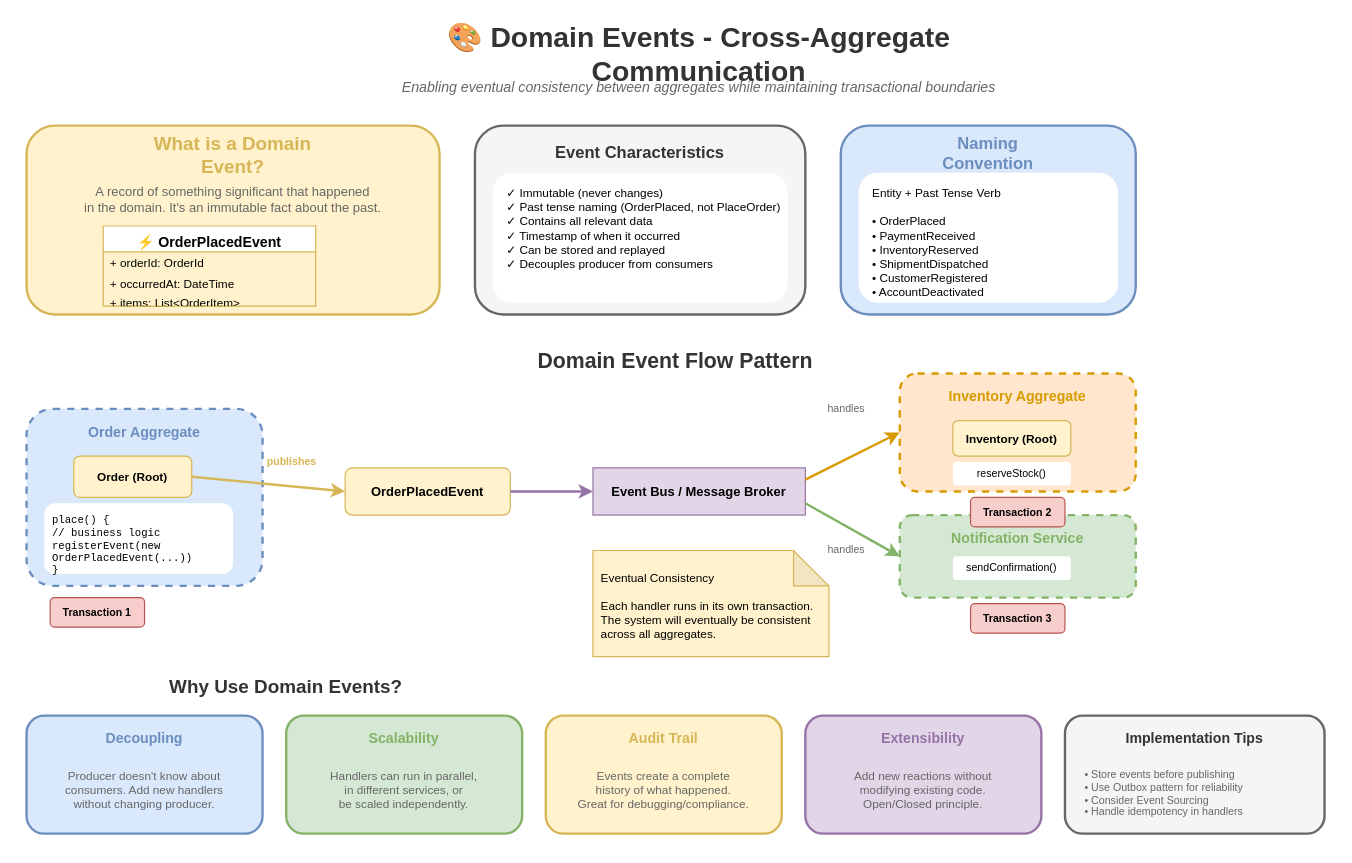
MrParkerZ7/document-lesson-software-architect-x-claude keeps this draw.io diagram as lesson-01-software-design-architecture/01-design-patterns/1.5.4-ddd-domain-events.drawio. Above is the earlier version. Source tidied: cells renumbered, new cells numbered last; positions are measured from the earlier drawing's top-left corner, leaving out a move shared by most shapes. Both pictures are drawn from the tidied source at 118%, with x=0, y=0 at pixel (26, 31).
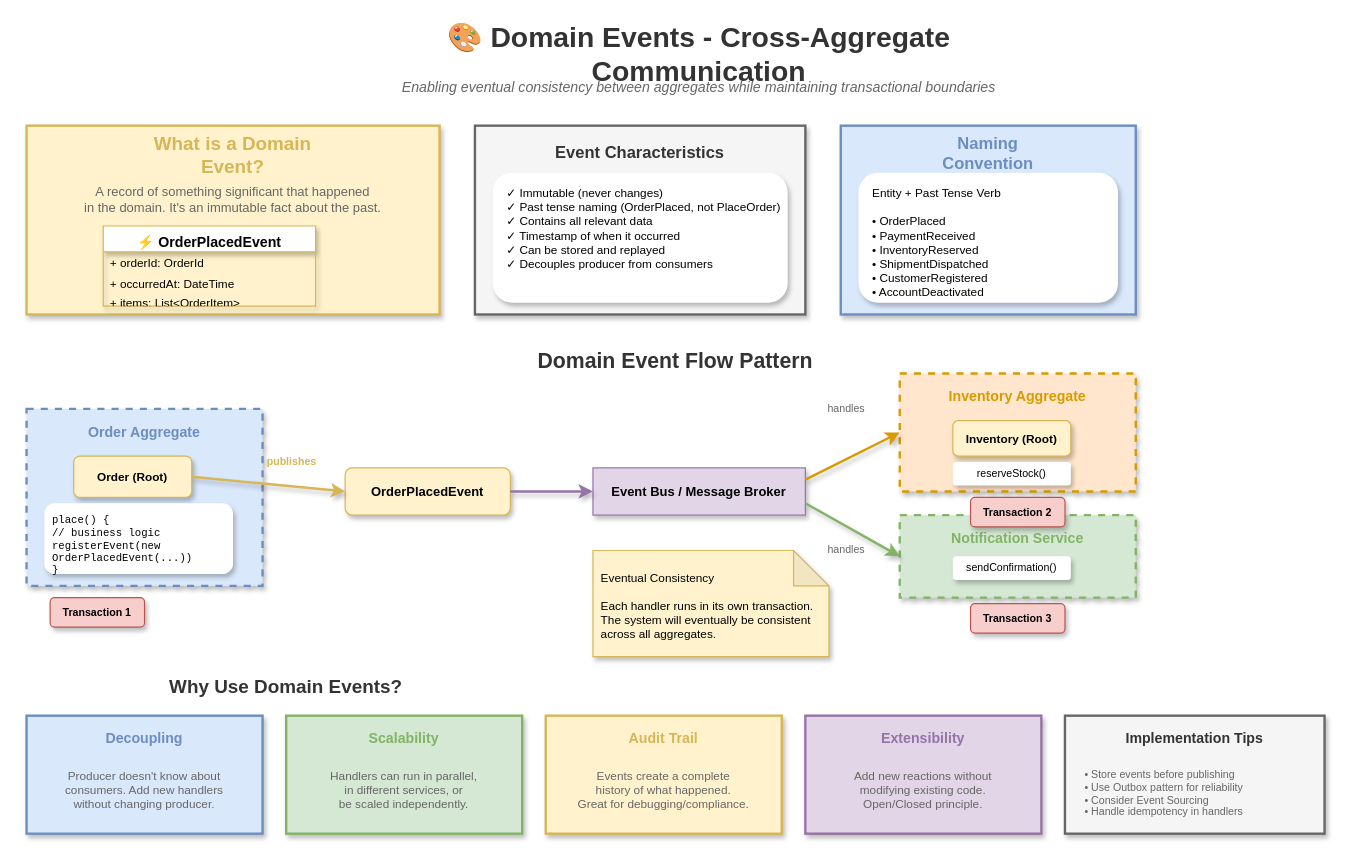
After the change.

The edit, as a diff of the source:
```diff
@@
-    <mxCell id="4" style="rounded=1;whiteSpace=wrap;html=1;fillColor=#fff2cc;strokeColor=#d6b656;strokeWidth=2;" parent="1" vertex="1">
+    <mxCell id="4" style="rounded=0;whiteSpace=wrap;html=1;fillColor=#fff2cc;strokeColor=#d6b656;strokeWidth=2;shadow=1;" parent="1" vertex="1">
       <mxGeometry y="80" width="350" height="160" as="geometry" />
     </mxCell>
@@
-    <mxCell id="7" value="⚡ OrderPlacedEvent" style="swimlane;fontStyle=1;align=center;verticalAlign=top;horizontal=1;startSize=22;fillColor=#ffffff;strokeColor=#d6b656;" parent="1" vertex="1">
+    <mxCell id="7" value="⚡ OrderPlacedEvent" style="swimlane;fontStyle=1;align=center;verticalAlign=top;horizontal=1;startSize=22;fillColor=#ffffff;strokeColor=#d6b656;shadow=1;rounded=0;" parent="1" vertex="1">
       <mxGeometry x="65" y="165" width="180" height="68" as="geometry" />
     </mxCell>
@@
-    <mxCell id="11" style="rounded=1;whiteSpace=wrap;html=1;fillColor=#f5f5f5;strokeColor=#666666;strokeWidth=2;" parent="1" vertex="1">
+    <mxCell id="11" style="rounded=0;whiteSpace=wrap;html=1;fillColor=#f5f5f5;strokeColor=#666666;strokeWidth=2;shadow=1;" parent="1" vertex="1">
       <mxGeometry x="380" y="80" width="280" height="160" as="geometry" />
     </mxCell>
@@
-    <mxCell id="13" value="✓ Immutable (never changes)&#10;✓ Past tense naming (OrderPlaced, not PlaceOrder)&#10;✓ Contains all relevant data&#10;✓ Timestamp of when it occurred&#10;✓ Can be stored and replayed&#10;✓ Decouples producer from consumers" style="text;html=1;strokeColor=none;fillColor=#ffffff;align=left;verticalAlign=top;whiteSpace=wrap;rounded=1;fontSize=10;spacingLeft=10;spacingTop=5;" parent="1" vertex="1">
+    <mxCell id="13" value="✓ Immutable (never changes)&#10;✓ Past tense naming (OrderPlaced, not PlaceOrder)&#10;✓ Contains all relevant data&#10;✓ Timestamp of when it occurred&#10;✓ Can be stored and replayed&#10;✓ Decouples producer from consumers" style="text;html=1;strokeColor=none;fillColor=#ffffff;align=left;verticalAlign=top;whiteSpace=wrap;rounded=1;fontSize=10;spacingLeft=10;spacingTop=5;shadow=1;" parent="1" vertex="1">
       <mxGeometry x="395" y="120" width="250" height="110" as="geometry" />
     </mxCell>
-    <mxCell id="14" style="rounded=1;whiteSpace=wrap;html=1;fillColor=#dae8fc;strokeColor=#6c8ebf;strokeWidth=2;" parent="1" vertex="1">
+    <mxCell id="14" style="rounded=0;whiteSpace=wrap;html=1;fillColor=#dae8fc;strokeColor=#6c8ebf;strokeWidth=2;shadow=1;" parent="1" vertex="1">
       <mxGeometry x="690" y="80" width="250" height="160" as="geometry" />
     </mxCell>
@@
-    <mxCell id="16" value="Entity + Past Tense Verb&#10;&#10;• OrderPlaced&#10;• PaymentReceived&#10;• InventoryReserved&#10;• ShipmentDispatched&#10;• CustomerRegistered&#10;• AccountDeactivated" style="text;html=1;strokeColor=none;fillColor=#ffffff;align=left;verticalAlign=top;whiteSpace=wrap;rounded=1;fontSize=10;spacingLeft=10;spacingTop=5;" parent="1" vertex="1">
+    <mxCell id="16" value="Entity + Past Tense Verb&#10;&#10;• OrderPlaced&#10;• PaymentReceived&#10;• InventoryReserved&#10;• ShipmentDispatched&#10;• CustomerRegistered&#10;• AccountDeactivated" style="text;html=1;strokeColor=none;fillColor=#ffffff;align=left;verticalAlign=top;whiteSpace=wrap;rounded=1;fontSize=10;spacingLeft=10;spacingTop=5;shadow=1;" parent="1" vertex="1">
       <mxGeometry x="705" y="120" width="220" height="110" as="geometry" />
     </mxCell>
@@
-    <mxCell id="18" style="rounded=1;whiteSpace=wrap;html=1;fillColor=#dae8fc;strokeColor=#6c8ebf;strokeWidth=2;dashed=1;" parent="1" vertex="1">
+    <mxCell id="18" style="rounded=0;whiteSpace=wrap;html=1;fillColor=#dae8fc;strokeColor=#6c8ebf;strokeWidth=2;dashed=1;shadow=1;" parent="1" vertex="1">
       <mxGeometry y="320" width="200" height="150" as="geometry" />
     </mxCell>
@@
-    <mxCell id="20" value="Order (Root)" style="rounded=1;whiteSpace=wrap;html=1;fillColor=#fff2cc;strokeColor=#d6b656;fontSize=10;fontStyle=1;" parent="1" vertex="1">
+    <mxCell id="20" value="Order (Root)" style="rounded=1;whiteSpace=wrap;html=1;fillColor=#fff2cc;strokeColor=#d6b656;fontSize=10;fontStyle=1;shadow=1;" parent="1" vertex="1">
       <mxGeometry x="40" y="360" width="100" height="35" as="geometry" />
     </mxCell>
-    <mxCell id="21" value="place() {&#10;  // business logic&#10;  registerEvent(new&#10;    OrderPlacedEvent(...))&#10;}" style="text;html=1;strokeColor=none;fillColor=#ffffff;align=left;verticalAlign=top;whiteSpace=wrap;rounded=1;fontSize=9;fontFamily=Courier New;spacingLeft=5;spacingTop=3;" parent="1" vertex="1">
+    <mxCell id="21" value="place() {&#10;  // business logic&#10;  registerEvent(new&#10;    OrderPlacedEvent(...))&#10;}" style="text;html=1;strokeColor=none;fillColor=#ffffff;align=left;verticalAlign=top;whiteSpace=wrap;rounded=1;fontSize=9;fontFamily=Courier New;spacingLeft=5;spacingTop=3;shadow=1;" parent="1" vertex="1">
       <mxGeometry x="15" y="400" width="160" height="60" as="geometry" />
     </mxCell>
-    <mxCell id="22" value="OrderPlacedEvent" style="rounded=1;whiteSpace=wrap;html=1;fillColor=#fff2cc;strokeColor=#d6b656;fontSize=11;fontStyle=1;" parent="1" vertex="1">
+    <mxCell id="22" value="OrderPlacedEvent" style="rounded=1;whiteSpace=wrap;html=1;fillColor=#fff2cc;strokeColor=#d6b656;fontSize=11;fontStyle=1;shadow=1;" parent="1" vertex="1">
       <mxGeometry x="270" y="370" width="140" height="40" as="geometry" />
     </mxCell>
-    <mxCell id="23" style="endArrow=classic;html=1;strokeWidth=2;strokeColor=#d6b656;entryX=0;entryY=0.5;entryDx=0;entryDy=0;exitX=1;exitY=0.5;exitDx=0;exitDy=0;" parent="1" edge="1" source="20" target="22">
+    <mxCell id="23" style="endArrow=classic;html=1;strokeWidth=2;strokeColor=#d6b656;entryX=0;entryY=0.5;entryDx=0;entryDy=0;exitX=1;exitY=0.5;exitDx=0;exitDy=0;shadow=1;curved=1;flowAnimation=1;jumpStyle=arc;" parent="1" edge="1" source="20" target="22">
       <mxGeometry relative="1" as="geometry" />
     </mxCell>
@@
-    <mxCell id="25" value="Event Bus / Message Broker" style="rounded=0;whiteSpace=wrap;html=1;fillColor=#e1d5e7;strokeColor=#9673a6;fontSize=11;fontStyle=1;" parent="1" vertex="1">
+    <mxCell id="25" value="Event Bus / Message Broker" style="rounded=0;whiteSpace=wrap;html=1;fillColor=#e1d5e7;strokeColor=#9673a6;fontSize=11;fontStyle=1;shadow=1;" parent="1" vertex="1">
       <mxGeometry x="480" y="370" width="180" height="40" as="geometry" />
     </mxCell>
-    <mxCell id="26" style="endArrow=classic;html=1;strokeWidth=2;strokeColor=#9673a6;entryX=0;entryY=0.5;entryDx=0;entryDy=0;exitX=1;exitY=0.5;exitDx=0;exitDy=0;" parent="1" edge="1" source="22" target="25">
+    <mxCell id="26" style="endArrow=classic;html=1;strokeWidth=2;strokeColor=#9673a6;entryX=0;entryY=0.5;entryDx=0;entryDy=0;exitX=1;exitY=0.5;exitDx=0;exitDy=0;shadow=1;curved=1;flowAnimation=1;jumpStyle=arc;" parent="1" edge="1" source="22" target="25">
       <mxGeometry relative="1" as="geometry" />
     </mxCell>
-    <mxCell id="27" style="rounded=1;whiteSpace=wrap;html=1;fillColor=#ffe6cc;strokeColor=#d79b00;strokeWidth=2;dashed=1;" parent="1" vertex="1">
+    <mxCell id="27" style="rounded=0;whiteSpace=wrap;html=1;fillColor=#ffe6cc;strokeColor=#d79b00;strokeWidth=2;dashed=1;shadow=1;" parent="1" vertex="1">
       <mxGeometry x="740" y="290" width="200" height="100" as="geometry" />
     </mxCell>
@@
-    <mxCell id="29" value="Inventory (Root)" style="rounded=1;whiteSpace=wrap;html=1;fillColor=#fff2cc;strokeColor=#d6b656;fontSize=10;fontStyle=1;" parent="1" vertex="1">
+    <mxCell id="29" value="Inventory (Root)" style="rounded=1;whiteSpace=wrap;html=1;fillColor=#fff2cc;strokeColor=#d6b656;fontSize=10;fontStyle=1;shadow=1;" parent="1" vertex="1">
       <mxGeometry x="785" y="330" width="100" height="30" as="geometry" />
     </mxCell>
-    <mxCell id="30" value="reserveStock()" style="text;html=1;strokeColor=none;fillColor=#ffffff;align=center;verticalAlign=middle;whiteSpace=wrap;rounded=1;fontSize=9;" parent="1" vertex="1">
+    <mxCell id="30" value="reserveStock()" style="text;html=1;strokeColor=none;fillColor=#ffffff;align=center;verticalAlign=middle;whiteSpace=wrap;rounded=1;fontSize=9;shadow=1;" parent="1" vertex="1">
       <mxGeometry x="785" y="365" width="100" height="20" as="geometry" />
     </mxCell>
-    <mxCell id="31" style="rounded=1;whiteSpace=wrap;html=1;fillColor=#d5e8d4;strokeColor=#82b366;strokeWidth=2;dashed=1;" parent="1" vertex="1">
+    <mxCell id="31" style="rounded=0;whiteSpace=wrap;html=1;fillColor=#d5e8d4;strokeColor=#82b366;strokeWidth=2;dashed=1;shadow=1;" parent="1" vertex="1">
       <mxGeometry x="740" y="410" width="200" height="70" as="geometry" />
     </mxCell>
@@
-    <mxCell id="33" value="sendConfirmation()" style="text;html=1;strokeColor=none;fillColor=#ffffff;align=center;verticalAlign=middle;whiteSpace=wrap;rounded=1;fontSize=9;" parent="1" vertex="1">
+    <mxCell id="33" value="sendConfirmation()" style="text;html=1;strokeColor=none;fillColor=#ffffff;align=center;verticalAlign=middle;whiteSpace=wrap;rounded=1;fontSize=9;shadow=1;" parent="1" vertex="1">
       <mxGeometry x="785" y="445" width="100" height="20" as="geometry" />
     </mxCell>
-    <mxCell id="34" style="endArrow=classic;html=1;strokeWidth=2;strokeColor=#d79b00;exitX=1;exitY=0.25;exitDx=0;exitDy=0;entryX=0;entryY=0.5;entryDx=0;entryDy=0;" parent="1" edge="1" source="25" target="27">
+    <mxCell id="34" style="endArrow=classic;html=1;strokeWidth=2;strokeColor=#d79b00;exitX=1;exitY=0.25;exitDx=0;exitDy=0;entryX=0;entryY=0.5;entryDx=0;entryDy=0;shadow=1;curved=1;flowAnimation=1;jumpStyle=arc;" parent="1" edge="1" source="25" target="27">
       <mxGeometry relative="1" as="geometry" />
     </mxCell>
-    <mxCell id="35" style="endArrow=classic;html=1;strokeWidth=2;strokeColor=#82b366;exitX=1;exitY=0.75;exitDx=0;exitDy=0;entryX=0;entryY=0.5;entryDx=0;entryDy=0;" parent="1" edge="1" source="25" target="31">
+    <mxCell id="35" style="endArrow=classic;html=1;strokeWidth=2;strokeColor=#82b366;exitX=1;exitY=0.75;exitDx=0;exitDy=0;entryX=0;entryY=0.5;entryDx=0;entryDy=0;shadow=1;curved=1;flowAnimation=1;jumpStyle=arc;" parent="1" edge="1" source="25" target="31">
       <mxGeometry relative="1" as="geometry" />
     </mxCell>
@@
-    <mxCell id="38" value="Transaction 1" style="text;html=1;strokeColor=#b85450;fillColor=#f8cecc;align=center;verticalAlign=middle;whiteSpace=wrap;rounded=1;fontSize=9;fontStyle=1;" parent="1" vertex="1">
+    <mxCell id="38" value="Transaction 1" style="text;html=1;strokeColor=#b85450;fillColor=#f8cecc;align=center;verticalAlign=middle;whiteSpace=wrap;rounded=1;fontSize=9;fontStyle=1;shadow=1;" parent="1" vertex="1">
       <mxGeometry x="20" y="480" width="80" height="25" as="geometry" />
     </mxCell>
-    <mxCell id="39" value="Transaction 2" style="text;html=1;strokeColor=#b85450;fillColor=#f8cecc;align=center;verticalAlign=middle;whiteSpace=wrap;rounded=1;fontSize=9;fontStyle=1;" parent="1" vertex="1">
+    <mxCell id="39" value="Transaction 2" style="text;html=1;strokeColor=#b85450;fillColor=#f8cecc;align=center;verticalAlign=middle;whiteSpace=wrap;rounded=1;fontSize=9;fontStyle=1;shadow=1;" parent="1" vertex="1">
       <mxGeometry x="800" y="395" width="80" height="25" as="geometry" />
     </mxCell>
-    <mxCell id="40" value="Transaction 3" style="text;html=1;strokeColor=#b85450;fillColor=#f8cecc;align=center;verticalAlign=middle;whiteSpace=wrap;rounded=1;fontSize=9;fontStyle=1;" parent="1" vertex="1">
+    <mxCell id="40" value="Transaction 3" style="text;html=1;strokeColor=#b85450;fillColor=#f8cecc;align=center;verticalAlign=middle;whiteSpace=wrap;rounded=1;fontSize=9;fontStyle=1;shadow=1;" parent="1" vertex="1">
       <mxGeometry x="800" y="485" width="80" height="25" as="geometry" />
     </mxCell>
-    <mxCell id="41" value="Eventual Consistency&#10;&#10;Each handler runs in its own transaction.&#10;The system will eventually be consistent&#10;across all aggregates." style="shape=note;whiteSpace=wrap;html=1;backgroundOutline=1;darkOpacity=0.05;fillColor=#fff2cc;strokeColor=#d6b656;fontSize=10;align=left;spacingLeft=5;spacingTop=3;" parent="1" vertex="1">
+    <mxCell id="41" value="Eventual Consistency&#10;&#10;Each handler runs in its own transaction.&#10;The system will eventually be consistent&#10;across all aggregates." style="shape=note;whiteSpace=wrap;html=1;backgroundOutline=1;darkOpacity=0.05;fillColor=#fff2cc;strokeColor=#d6b656;fontSize=10;align=left;spacingLeft=5;spacingTop=3;shadow=1;" parent="1" vertex="1">
       <mxGeometry x="480" y="440" width="200" height="90" as="geometry" />
     </mxCell>
@@
-    <mxCell id="43" style="rounded=1;whiteSpace=wrap;html=1;fillColor=#dae8fc;strokeColor=#6c8ebf;strokeWidth=2;" parent="1" vertex="1">
+    <mxCell id="43" style="rounded=0;whiteSpace=wrap;html=1;fillColor=#dae8fc;strokeColor=#6c8ebf;strokeWidth=2;shadow=1;" parent="1" vertex="1">
       <mxGeometry y="580" width="200" height="100" as="geometry" />
     </mxCell>
@@
-    <mxCell id="46" style="rounded=1;whiteSpace=wrap;html=1;fillColor=#d5e8d4;strokeColor=#82b366;strokeWidth=2;" parent="1" vertex="1">
+    <mxCell id="46" style="rounded=0;whiteSpace=wrap;html=1;fillColor=#d5e8d4;strokeColor=#82b366;strokeWidth=2;shadow=1;" parent="1" vertex="1">
       <mxGeometry x="220" y="580" width="200" height="100" as="geometry" />
     </mxCell>
@@
-    <mxCell id="49" style="rounded=1;whiteSpace=wrap;html=1;fillColor=#fff2cc;strokeColor=#d6b656;strokeWidth=2;" parent="1" vertex="1">
+    <mxCell id="49" style="rounded=0;whiteSpace=wrap;html=1;fillColor=#fff2cc;strokeColor=#d6b656;strokeWidth=2;shadow=1;" parent="1" vertex="1">
       <mxGeometry x="440" y="580" width="200" height="100" as="geometry" />
     </mxCell>
@@
-    <mxCell id="52" style="rounded=1;whiteSpace=wrap;html=1;fillColor=#e1d5e7;strokeColor=#9673a6;strokeWidth=2;" parent="1" vertex="1">
+    <mxCell id="52" style="rounded=0;whiteSpace=wrap;html=1;fillColor=#e1d5e7;strokeColor=#9673a6;strokeWidth=2;shadow=1;" parent="1" vertex="1">
       <mxGeometry x="660" y="580" width="200" height="100" as="geometry" />
     </mxCell>
@@
-    <mxCell id="55" style="rounded=1;whiteSpace=wrap;html=1;fillColor=#f5f5f5;strokeColor=#666666;strokeWidth=2;" parent="1" vertex="1">
+    <mxCell id="55" style="rounded=0;whiteSpace=wrap;html=1;fillColor=#f5f5f5;strokeColor=#666666;strokeWidth=2;shadow=1;" parent="1" vertex="1">
       <mxGeometry x="880" y="580" width="220" height="100" as="geometry" />
     </mxCell>
```
